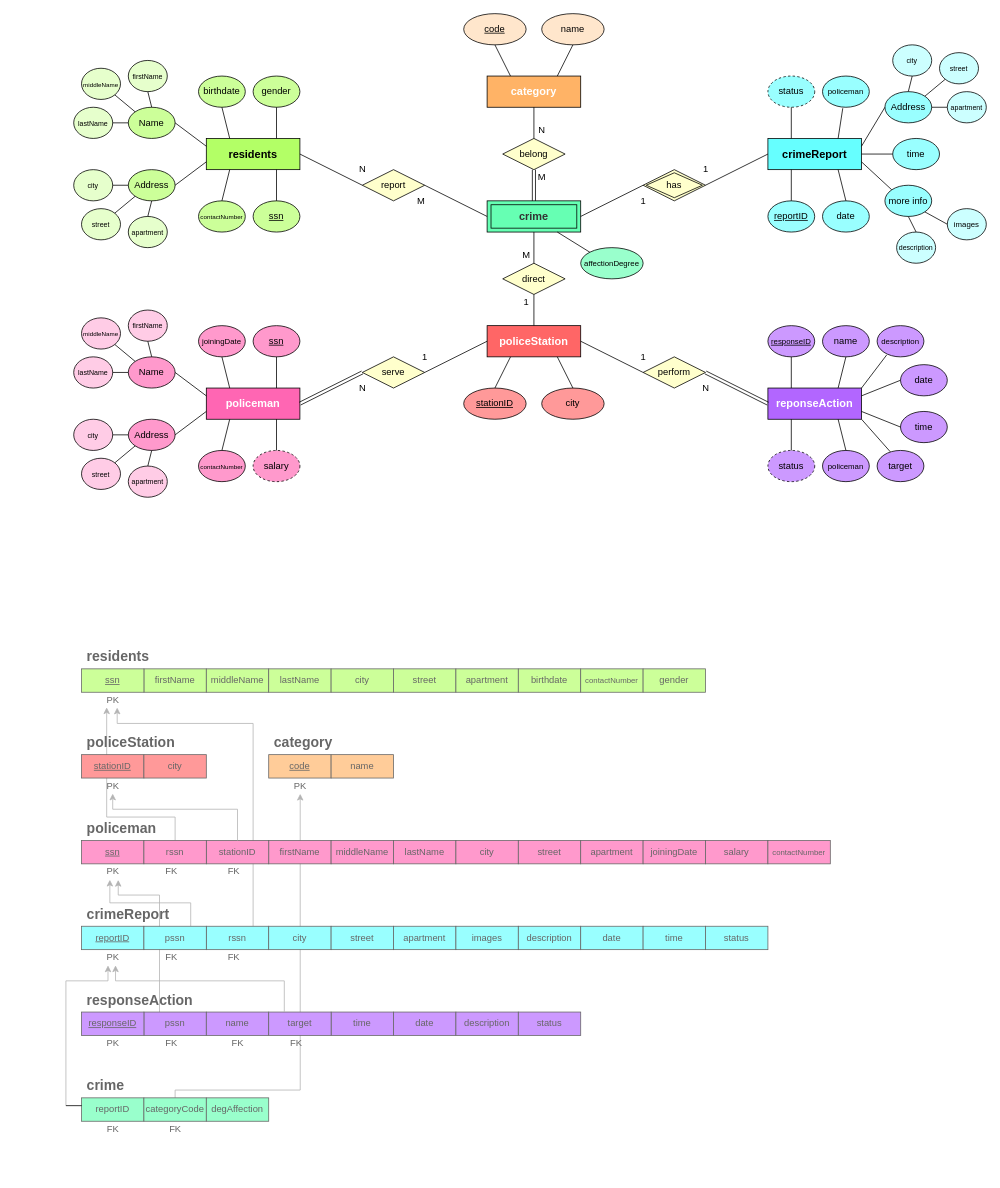
This is Main/ER-Final.drawio from amr-hammoud/crime-reporting-system, a draw.io file, before an edit. Source tidied: cells renumbered, new cells numbered last; positions are measured from the earlier drawing's top-left corner, leaving out a move shared by most shapes. Both pictures are drawn from the tidied source at 78%, with x=0, y=0 at pixel (50, 13).
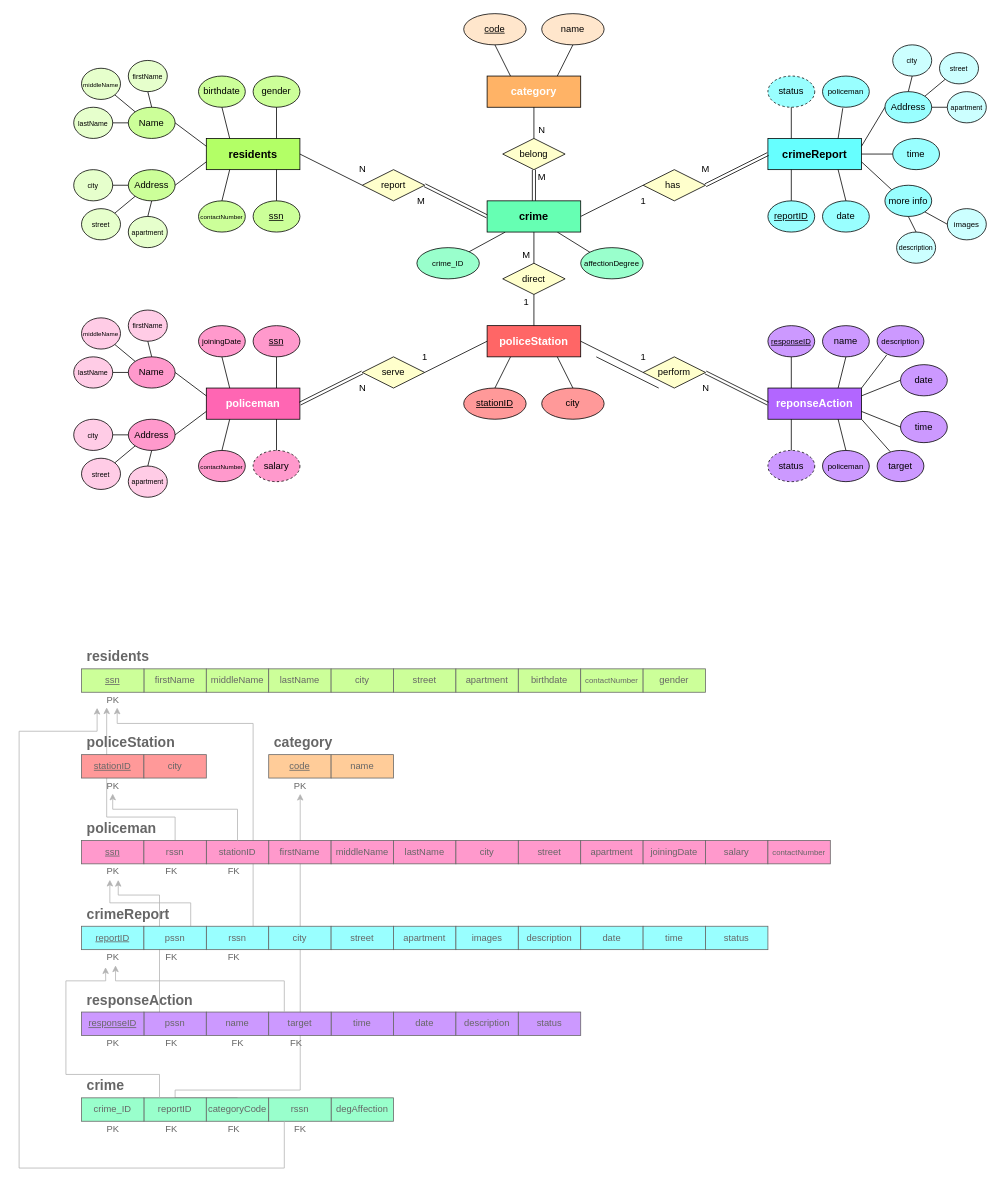
The same page after the edit.

The change refers to these unchanged cells:
```xml
<mxCell id="9" value="report" style="shape=rhombus;perimeter=rhombusPerimeter;whiteSpace=wrap;html=1;align=center;fillColor=#FFFFCC;" parent="1" vertex="1">
  <mxGeometry x="400" y="200" width="80" height="40" as="geometry" />
</mxCell>
<mxCell id="11" value="&lt;h3&gt;residents&lt;/h3&gt;" style="whiteSpace=wrap;html=1;align=center;fillColor=#B3FF66;fontColor=#000000;fontStyle=1;" parent="1" vertex="1">
  <mxGeometry x="200" y="160" width="120" height="40" as="geometry" />
</mxCell>
<mxCell id="12" value="&lt;h3&gt;crimeReport&lt;/h3&gt;" style="whiteSpace=wrap;html=1;align=center;fillColor=#66FFFF;fontColor=#000000;fontStyle=1;" parent="1" vertex="1">
  <mxGeometry x="920" y="160" width="120" height="40" as="geometry" />
</mxCell>
<mxCell id="20" value="belong" style="shape=rhombus;perimeter=rhombusPerimeter;whiteSpace=wrap;html=1;align=center;fillColor=#FFFFCC;" parent="1" vertex="1">
  <mxGeometry x="580" y="160" width="80" height="40" as="geometry" />
</mxCell>
<mxCell id="21" value="direct" style="shape=rhombus;perimeter=rhombusPerimeter;whiteSpace=wrap;html=1;align=center;fillColor=#FFFFCC;" parent="1" vertex="1">
  <mxGeometry x="580" y="320" width="80" height="40" as="geometry" />
</mxCell>
<mxCell id="38" value="&lt;font style=&quot;font-size: 10px&quot;&gt;affectionDegree&lt;/font&gt;" style="ellipse;whiteSpace=wrap;html=1;align=center;fillColor=#99FFCC;" parent="1" vertex="1">
  <mxGeometry x="680" y="300" width="80" height="40" as="geometry" />
</mxCell>
<mxCell id="200" value="PK" style="text;html=1;align=center;verticalAlign=middle;points=[];strokeColor=none;fillColor=none;fontColor=#666666;" parent="1" vertex="1">
  <mxGeometry x="65" y="1200" width="30" height="20" as="geometry" />
</mxCell>
```

The edit, as a diff of the source:
```diff
@@
-    <mxCell id="6" style="edgeStyle=elbowEdgeStyle;elbow=vertical;endArrow=classic;html=1;rounded=0;fontColor=#666666;entryX=0.299;entryY=1.013;entryDx=0;entryDy=0;entryPerimeter=0;strokeColor=#B3B3B3;" parent="1" edge="1" target="200">
-      <mxGeometry relative="1" as="geometry">
-        <mxPoint x="20" y="1400" as="sourcePoint" />
-        <Array as="points">
-          <mxPoint x="40" y="1240" />
-          <mxPoint x="30" y="1240" />
-        </Array>
-      </mxGeometry>
-    </mxCell>
@@
-    <mxCell id="10" value="has" style="shape=rhombus;double=1;perimeter=rhombusPerimeter;whiteSpace=wrap;html=1;align=center;fillColor=#FFFFCC;" parent="1" vertex="1">
-      <mxGeometry x="760" y="200" width="80" height="40" as="geometry" />
-    </mxCell>
@@
-    <mxCell id="16" value="&lt;h3&gt;&lt;font color=&quot;#333333&quot;&gt;crime&lt;/font&gt;&lt;/h3&gt;" style="shape=ext;margin=3;double=1;whiteSpace=wrap;html=1;align=center;fillColor=#66FFB3;" parent="1" vertex="1">
-      <mxGeometry x="560" y="240" width="120" height="40" as="geometry" />
-    </mxCell>
@@
-    <mxCell id="22" style="endArrow=none;html=1;entryX=0;entryY=0.5;entryDx=0;entryDy=0;exitX=1;exitY=0.5;exitDx=0;exitDy=0;" parent="1" edge="1" source="11" target="9">
-      <mxGeometry relative="1" as="geometry" />
-    </mxCell>
-    <mxCell id="23" style="endArrow=none;html=1;entryX=0;entryY=0.5;entryDx=0;entryDy=0;exitX=1;exitY=0.5;exitDx=0;exitDy=0;" parent="1" edge="1" source="9" target="16">
-      <mxGeometry relative="1" as="geometry" />
-    </mxCell>
@@
-    <mxCell id="26" style="endArrow=none;html=1;exitX=1;exitY=0.5;exitDx=0;exitDy=0;entryX=0;entryY=0.5;entryDx=0;entryDy=0;" parent="1" edge="1" source="16" target="10">
-      <mxGeometry relative="1" as="geometry" />
+    <mxCell id="26" style="endArrow=none;html=1;exitX=1;exitY=0.5;exitDx=0;exitDy=0;entryX=0;entryY=0.5;entryDx=0;entryDy=0;" parent="1" edge="1">
+      <mxGeometry relative="1" as="geometry">
+        <mxPoint x="680" y="260" as="sourcePoint" />
+        <mxPoint x="760" y="220" as="targetPoint" />
+      </mxGeometry>
     </mxCell>
-    <mxCell id="27" style="endArrow=none;html=1;entryX=0;entryY=0.5;entryDx=0;entryDy=0;exitX=1;exitY=0.5;exitDx=0;exitDy=0;" parent="1" edge="1" source="10" target="12">
-      <mxGeometry relative="1" as="geometry" />
-    </mxCell>
@@
-    <mxCell id="30" style="endArrow=none;html=1;exitX=0.5;exitY=1;exitDx=0;exitDy=0;entryX=0.5;entryY=0;entryDx=0;entryDy=0;shape=link;" parent="1" edge="1" source="20" target="16">
-      <mxGeometry relative="1" as="geometry" />
+    <mxCell id="30" style="endArrow=none;html=1;exitX=0.5;exitY=1;exitDx=0;exitDy=0;entryX=0.5;entryY=0;entryDx=0;entryDy=0;shape=link;" parent="1" edge="1" source="20">
+      <mxGeometry relative="1" as="geometry">
+        <mxPoint x="620" y="240" as="targetPoint" />
+      </mxGeometry>
     </mxCell>
@@
-    <mxCell id="33" style="endArrow=none;html=1;exitX=0.5;exitY=1;exitDx=0;exitDy=0;entryX=0.5;entryY=0;entryDx=0;entryDy=0;" parent="1" edge="1" source="16" target="21">
-      <mxGeometry relative="1" as="geometry" />
+    <mxCell id="33" style="endArrow=none;html=1;exitX=0.5;exitY=1;exitDx=0;exitDy=0;entryX=0.5;entryY=0;entryDx=0;entryDy=0;" parent="1" edge="1" target="21">
+      <mxGeometry relative="1" as="geometry">
+        <mxPoint x="620" y="280" as="sourcePoint" />
+      </mxGeometry>
     </mxCell>
@@
-    <mxCell id="40" style="endArrow=none;html=1;exitX=0.75;exitY=1;exitDx=0;exitDy=0;entryX=0;entryY=0;entryDx=0;entryDy=0;" parent="1" edge="1" source="16" target="38">
-      <mxGeometry relative="1" as="geometry" />
+    <mxCell id="40" style="endArrow=none;html=1;exitX=0.75;exitY=1;exitDx=0;exitDy=0;entryX=0;entryY=0;entryDx=0;entryDy=0;" parent="1" edge="1" target="38">
+      <mxGeometry relative="1" as="geometry">
+        <mxPoint x="650" y="280" as="sourcePoint" />
+      </mxGeometry>
     </mxCell>
@@
-    <mxCell id="142" value="1" style="text;html=1;align=center;verticalAlign=middle;strokeColor=none;fillColor=none;" parent="1" vertex="1">
-      <mxGeometry x="830" y="190" width="20" height="20" as="geometry" />
+    <mxCell id="142" value="M" style="text;html=1;align=center;verticalAlign=middle;strokeColor=none;fillColor=none;" parent="1" vertex="1">
+      <mxGeometry x="825" y="190" width="30" height="20" as="geometry" />
     </mxCell>
@@
     <mxCell id="186" value="reportID" style="whiteSpace=wrap;html=1;align=center;fillColor=#99FFCC;fontColor=#666666;strokeColor=#666666;" parent="1" vertex="1">
-      <mxGeometry x="40" y="1390" width="80" height="30" as="geometry" />
+      <mxGeometry x="120" y="1390" width="80" height="30" as="geometry" />
     </mxCell>
     <mxCell id="187" value="categoryCode" style="whiteSpace=wrap;html=1;align=center;fillColor=#99FFCC;fontColor=#666666;strokeColor=#666666;" parent="1" vertex="1">
-      <mxGeometry x="120" y="1390" width="80" height="30" as="geometry" />
+      <mxGeometry x="200" y="1390" width="80" height="30" as="geometry" />
     </mxCell>
     <mxCell id="188" value="degAffection" style="whiteSpace=wrap;html=1;align=center;fillColor=#99FFCC;fontColor=#666666;strokeColor=#666666;" parent="1" vertex="1">
-      <mxGeometry x="200" y="1390" width="80" height="30" as="geometry" />
+      <mxGeometry x="360" y="1390" width="80" height="30" as="geometry" />
     </mxCell>
@@
     <mxCell id="205" value="FK" style="text;html=1;align=center;verticalAlign=middle;strokeColor=none;fillColor=none;fontColor=#666666;" parent="1" vertex="1">
-      <mxGeometry x="65" y="1420" width="30" height="20" as="geometry" />
+      <mxGeometry x="140" y="1420" width="30" height="20" as="geometry" />
     </mxCell>
     <mxCell id="206" value="FK" style="text;html=1;align=center;verticalAlign=middle;strokeColor=none;fillColor=none;fontColor=#666666;" parent="1" vertex="1">
-      <mxGeometry x="145" y="1420" width="30" height="20" as="geometry" />
+      <mxGeometry x="220" y="1420" width="30" height="20" as="geometry" />
     </mxCell>
-    <mxCell id="207" style="endArrow=none;html=1;rounded=0;fontColor=#666666;entryX=0.003;entryY=0.334;entryDx=0;entryDy=0;entryPerimeter=0;" parent="1" edge="1" target="186">
-      <mxGeometry relative="1" as="geometry">
-        <mxPoint x="20" y="1400" as="sourcePoint" />
-      </mxGeometry>
-    </mxCell>
@@
+    <mxCell id="216" value="&lt;span style=&quot;font-size: 10px&quot;&gt;crime_ID&lt;/span&gt;" style="ellipse;whiteSpace=wrap;html=1;align=center;fillColor=#99FFCC;" parent="1" vertex="1">
+      <mxGeometry x="470" y="300" width="80" height="40" as="geometry" />
+    </mxCell>
+    <mxCell id="217" style="endArrow=none;html=1;" parent="1" edge="1" target="216">
+      <mxGeometry relative="1" as="geometry">
+        <mxPoint x="583.3" y="280" as="sourcePoint" />
+      </mxGeometry>
+    </mxCell>
+    <mxCell id="10" value="has&amp;nbsp;" style="shape=rhombus;perimeter=rhombusPerimeter;whiteSpace=wrap;html=1;align=center;fillColor=#FFFFCC;" parent="1" vertex="1">
+      <mxGeometry x="760" y="200" width="80" height="40" as="geometry" />
+    </mxCell>
+    <mxCell id="218" style="endArrow=none;html=1;entryX=0;entryY=0.5;entryDx=0;entryDy=0;exitX=1;exitY=0.5;exitDx=0;exitDy=0;shape=link;" parent="1" edge="1">
+      <mxGeometry relative="1" as="geometry">
+        <mxPoint x="840" y="220" as="sourcePoint" />
+        <mxPoint x="920" y="180" as="targetPoint" />
+      </mxGeometry>
+    </mxCell>
+    <mxCell id="219" style="endArrow=none;html=1;entryX=0;entryY=0.5;entryDx=0;entryDy=0;exitX=1;exitY=0.5;exitDx=0;exitDy=0;shape=link;" parent="1" edge="1" source="9">
+      <mxGeometry relative="1" as="geometry">
+        <mxPoint x="560" y="260" as="targetPoint" />
+      </mxGeometry>
+    </mxCell>
+    <mxCell id="16" value="&lt;h3&gt;crime&lt;/h3&gt;" style="whiteSpace=wrap;html=1;align=center;fillColor=#66FFB3;fontColor=#000000;fontStyle=1;" parent="1" vertex="1">
+      <mxGeometry x="560" y="240" width="120" height="40" as="geometry" />
+    </mxCell>
+    <mxCell id="220" value="crime_ID" style="whiteSpace=wrap;html=1;align=center;fillColor=#99FFCC;fontColor=#666666;strokeColor=#666666;" parent="1" vertex="1">
+      <mxGeometry x="40" y="1390" width="80" height="30" as="geometry" />
+    </mxCell>
+    <mxCell id="221" value="PK" style="text;html=1;align=center;verticalAlign=middle;strokeColor=none;fillColor=none;fontColor=#666666;" parent="1" vertex="1">
+      <mxGeometry x="65" y="1420" width="30" height="20" as="geometry" />
+    </mxCell>
+    <mxCell id="222" style="endArrow=classic;html=1;rounded=0;entryX=0.194;entryY=1.127;entryDx=0;entryDy=0;entryPerimeter=0;exitX=0.25;exitY=0;exitDx=0;exitDy=0;fillColor=#CCCCCC;strokeColor=#b3b3b3;" parent="1" edge="1" source="186" target="200">
+      <mxGeometry relative="1" as="geometry">
+        <Array as="points">
+          <mxPoint x="140" y="1360" />
+          <mxPoint x="20" y="1360" />
+          <mxPoint x="20" y="1240" />
+          <mxPoint x="71" y="1240" />
+        </Array>
+      </mxGeometry>
+    </mxCell>
+    <mxCell id="22" style="endArrow=none;html=1;entryX=0;entryY=0.5;entryDx=0;entryDy=0;exitX=1;exitY=0.5;exitDx=0;exitDy=0;" parent="1" edge="1" source="11" target="9">
+      <mxGeometry relative="1" as="geometry" />
+    </mxCell>
+    <mxCell id="223" style="endArrow=none;html=1;entryX=0;entryY=0.5;entryDx=0;entryDy=0;exitX=1;exitY=0.5;exitDx=0;exitDy=0;" parent="1" edge="1">
+      <mxGeometry relative="1" as="geometry">
+        <mxPoint x="700" y="440" as="sourcePoint" />
+        <mxPoint x="780" y="480" as="targetPoint" />
+      </mxGeometry>
+    </mxCell>
+    <mxCell id="224" value="rssn" style="whiteSpace=wrap;html=1;align=center;fillColor=#99FFCC;fontColor=#666666;strokeColor=#666666;" parent="1" vertex="1">
+      <mxGeometry x="280" y="1390" width="80" height="30" as="geometry" />
+    </mxCell>
+    <mxCell id="225" value="FK" style="text;html=1;align=center;verticalAlign=middle;strokeColor=none;fillColor=none;fontColor=#666666;" parent="1" vertex="1">
+      <mxGeometry x="305" y="1420" width="30" height="20" as="geometry" />
+    </mxCell>
+    <mxCell id="226" style="endArrow=classic;html=1;rounded=0;strokeColor=#b3b3b3;fillColor=#CCCCCC;exitX=0.25;exitY=1;exitDx=0;exitDy=0;" parent="1" edge="1" source="224">
+      <mxGeometry relative="1" as="geometry">
+        <mxPoint x="60" y="890" as="targetPoint" />
+        <Array as="points">
+          <mxPoint x="300" y="1480" />
+          <mxPoint x="-40" y="1480" />
+          <mxPoint x="-40" y="920" />
+          <mxPoint x="60" y="920" />
+        </Array>
+      </mxGeometry>
+    </mxCell>
```
